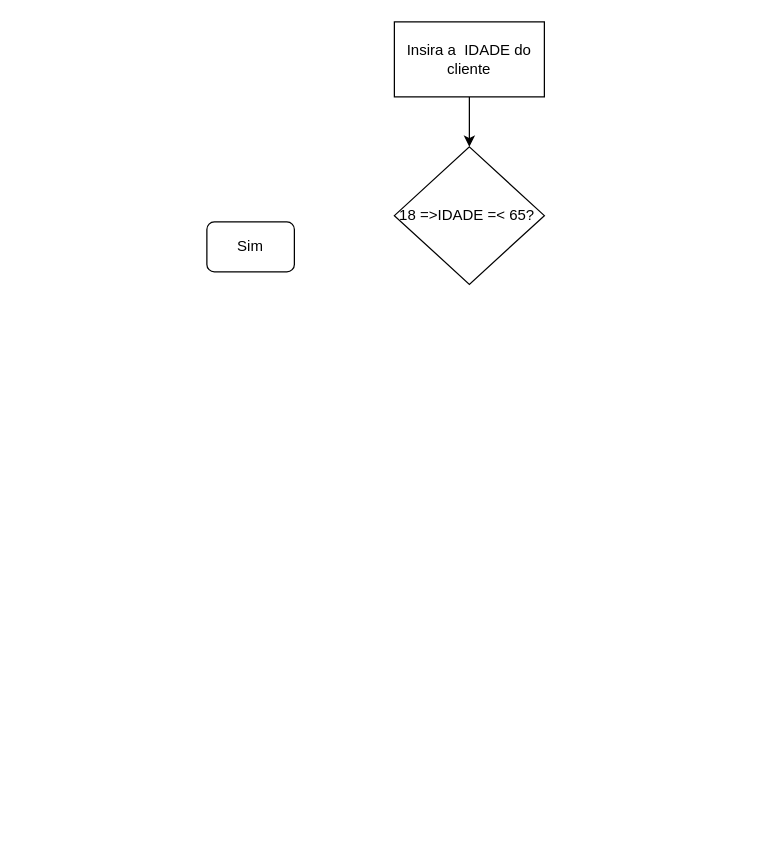
Above: Desafio10.drawio in Gizasinasci86/Programa_a_lapis (draw.io), before the change. Source tidied: cells renumbered, new cells numbered last; positions are measured from the earlier drawing's top-left corner, leaving out a move shared by most shapes. Both pictures are drawn from the tidied source at 125%, with x=0, y=0 at pixel (206, 21).
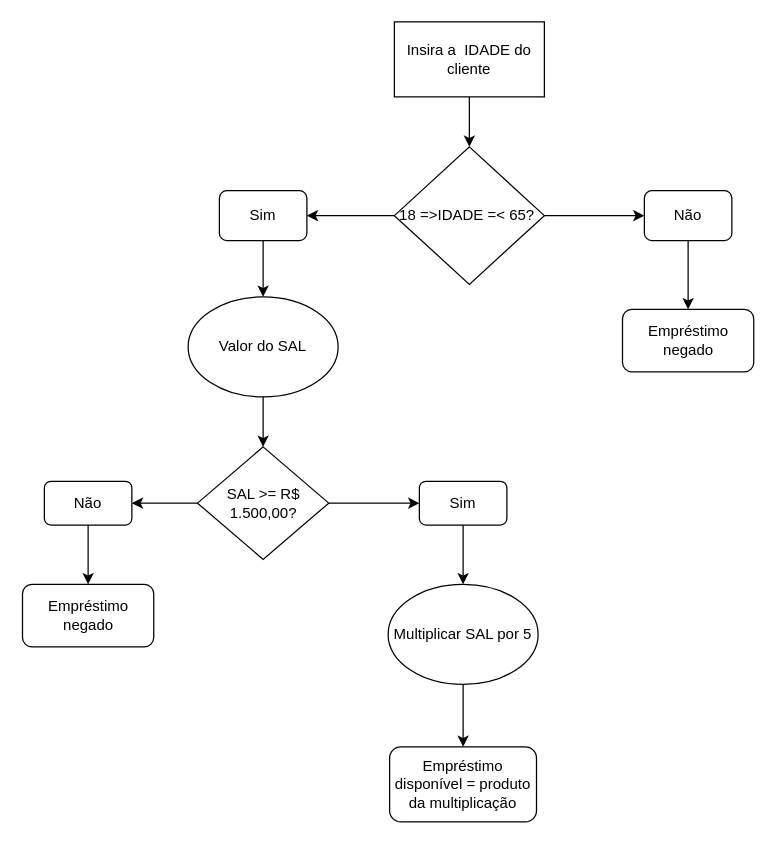
Above is the later version.

Unchanged cells that the change refers to:
```xml
<mxCell id="4" value="18 =&amp;gt;IDADE =&amp;lt; 65?&amp;nbsp;" style="rhombus;whiteSpace=wrap;html=1;" parent="1" vertex="1">
  <mxGeometry x="150" y="100" width="120" height="110" as="geometry" />
</mxCell>
```

Diff of the diagram source:
```diff
@@
+    <mxCell id="6" style="edgeStyle=orthogonalEdgeStyle;rounded=0;jettySize=auto;html=1;" parent="1" edge="1" source="4" target="5">
+      <mxGeometry relative="1" as="geometry" />
+    </mxCell>
+    <mxCell id="7" style="edgeStyle=orthogonalEdgeStyle;rounded=0;jettySize=auto;html=1;" parent="1" edge="1" source="4" target="10">
+      <mxGeometry relative="1" as="geometry" />
+    </mxCell>
@@
+    <mxCell id="8" style="edgeStyle=orthogonalEdgeStyle;rounded=0;jettySize=auto;html=1;" parent="1" edge="1" source="5" target="13">
+      <mxGeometry relative="1" as="geometry" />
+    </mxCell>
     <mxCell id="5" value="Sim" style="rounded=1;whiteSpace=wrap;html=1;" parent="1" vertex="1">
-      <mxGeometry y="160" width="70" height="40" as="geometry" />
+      <mxGeometry x="10" y="135" width="70" height="40" as="geometry" />
     </mxCell>
+    <mxCell id="9" style="edgeStyle=orthogonalEdgeStyle;rounded=0;jettySize=auto;html=1;" parent="1" edge="1" source="10" target="11">
+      <mxGeometry relative="1" as="geometry" />
+    </mxCell>
+    <mxCell id="10" value="Não" style="rounded=1;whiteSpace=wrap;html=1;" parent="1" vertex="1">
+      <mxGeometry x="350" y="135" width="70" height="40" as="geometry" />
+    </mxCell>
+    <mxCell id="11" value="Empréstimo negado" style="rounded=1;whiteSpace=wrap;html=1;" parent="1" vertex="1">
+      <mxGeometry x="332.5" y="230" width="105" height="50" as="geometry" />
+    </mxCell>
+    <mxCell id="12" style="edgeStyle=orthogonalEdgeStyle;rounded=0;jettySize=auto;html=1;" parent="1" edge="1" source="13" target="16">
+      <mxGeometry relative="1" as="geometry" />
+    </mxCell>
+    <mxCell id="13" value="Valor do SAL" style="ellipse;whiteSpace=wrap;html=1;" parent="1" vertex="1">
+      <mxGeometry x="-15" y="220" width="120" height="80" as="geometry" />
+    </mxCell>
+    <mxCell id="14" style="edgeStyle=orthogonalEdgeStyle;rounded=0;jettySize=auto;html=1;" parent="1" edge="1" source="16" target="18">
+      <mxGeometry relative="1" as="geometry" />
+    </mxCell>
+    <mxCell id="15" style="edgeStyle=orthogonalEdgeStyle;rounded=0;jettySize=auto;html=1;" parent="1" edge="1" source="16" target="21">
+      <mxGeometry relative="1" as="geometry" />
+    </mxCell>
+    <mxCell id="16" value="SAL &amp;gt;= R$ 1.500,00?" style="rhombus;whiteSpace=wrap;html=1;" parent="1" vertex="1">
+      <mxGeometry x="-7.5" y="340" width="105" height="90" as="geometry" />
+    </mxCell>
+    <mxCell id="17" style="edgeStyle=orthogonalEdgeStyle;rounded=0;jettySize=auto;html=1;" parent="1" edge="1" source="18" target="19">
+      <mxGeometry relative="1" as="geometry" />
+    </mxCell>
+    <mxCell id="18" value="Não" style="rounded=1;whiteSpace=wrap;html=1;" parent="1" vertex="1">
+      <mxGeometry x="-130" y="367.5" width="70" height="35" as="geometry" />
+    </mxCell>
+    <mxCell id="19" value="Empréstimo negado" style="rounded=1;whiteSpace=wrap;html=1;" parent="1" vertex="1">
+      <mxGeometry x="-147.5" y="450" width="105" height="50" as="geometry" />
+    </mxCell>
+    <mxCell id="20" style="edgeStyle=orthogonalEdgeStyle;rounded=0;jettySize=auto;html=1;" parent="1" edge="1" source="21" target="23">
+      <mxGeometry relative="1" as="geometry" />
+    </mxCell>
+    <mxCell id="21" value="Sim" style="rounded=1;whiteSpace=wrap;html=1;" parent="1" vertex="1">
+      <mxGeometry x="170" y="367.5" width="70" height="35" as="geometry" />
+    </mxCell>
+    <mxCell id="22" style="edgeStyle=orthogonalEdgeStyle;rounded=0;jettySize=auto;html=1;" parent="1" edge="1" source="23" target="24">
+      <mxGeometry relative="1" as="geometry" />
+    </mxCell>
+    <mxCell id="23" value="Multiplicar SAL por 5" style="ellipse;whiteSpace=wrap;html=1;" parent="1" vertex="1">
+      <mxGeometry x="145" y="450" width="120" height="80" as="geometry" />
+    </mxCell>
+    <mxCell id="24" value="Empréstimo disponível = produto da multiplicação" style="rounded=1;whiteSpace=wrap;html=1;" parent="1" vertex="1">
+      <mxGeometry x="146.2" y="580" width="117.5" height="60" as="geometry" />
+    </mxCell>
```
